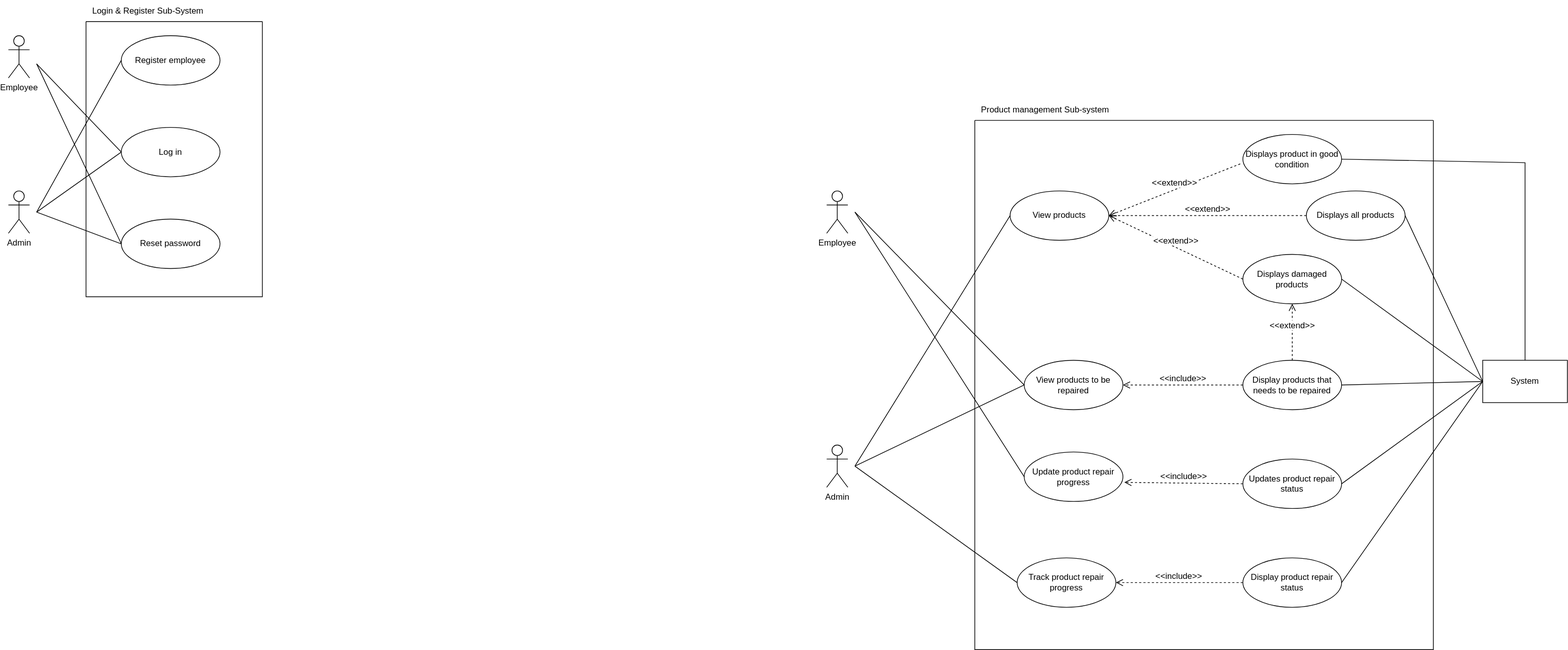
Simamkele88/IFM3_GP keeps this draw.io diagram as Untitled Diagram.drawio.svg. Above is the earlier version. Source tidied: cells renumbered, new cells last; positions are measured from the earlier drawing's top-left corner, leaving out a move shared by most shapes.
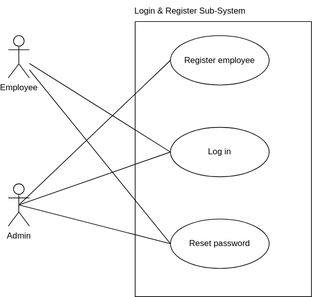
The same file after the commit.

What changed in the source:
```diff
@@ -3,13 +3,13 @@
     <mxCell id="0" />
     <mxCell id="1" parent="0" />
     <mxCell id="2" value="Employee" style="shape=umlActor;verticalLabelPosition=bottom;verticalAlign=top;html=1;outlineConnect=0;" parent="1" vertex="1">
-      <mxGeometry y="50" width="30" height="60" as="geometry" />
+      <mxGeometry x="240" y="50" width="30" height="60" as="geometry" />
     </mxCell>
     <mxCell id="3" value="Admin" style="shape=umlActor;verticalLabelPosition=bottom;verticalAlign=top;html=1;outlineConnect=0;" parent="1" vertex="1">
-      <mxGeometry y="270" width="30" height="60" as="geometry" />
+      <mxGeometry x="240" y="260" width="30" height="60" as="geometry" />
     </mxCell>
     <mxCell id="4" style="swimlane;startSize=0;" parent="1" vertex="1">
-      <mxGeometry x="110" y="30" width="250" height="390" as="geometry" />
+      <mxGeometry x="420" y="30" width="250" height="390" as="geometry" />
     </mxCell>
     <mxCell id="5" value="Log in" style="ellipse;whiteSpace=wrap;html=1;strokeColor=default;align=center;verticalAlign=middle;fontFamily=Helvetica;fontSize=12;fontColor=default;fillColor=default;" parent="4" vertex="1">
       <mxGeometry x="50" y="150" width="140" height="70" as="geometry" />
@@ -20,169 +20,23 @@
     <mxCell id="7" value="Reset password" style="ellipse;whiteSpace=wrap;html=1;strokeColor=default;align=center;verticalAlign=middle;fontFamily=Helvetica;fontSize=12;fontColor=default;fillColor=default;" parent="4" vertex="1">
       <mxGeometry x="50" y="280" width="140" height="70" as="geometry" />
     </mxCell>
-    <mxCell id="8" style="endArrow=none;html=1;rounded=0;entryX=0;entryY=0.5;entryDx=0;entryDy=0;" parent="1" edge="1" target="5">
-      <mxGeometry relative="1" as="geometry">
-        <mxPoint x="40" y="300" as="sourcePoint" />
-      </mxGeometry>
+    <mxCell id="8" style="endArrow=none;html=1;rounded=0;entryX=0;entryY=0.5;entryDx=0;entryDy=0;exitX=0.5;exitY=0.5;exitDx=0;exitDy=0;exitPerimeter=0;" parent="1" edge="1" source="3" target="5">
+      <mxGeometry relative="1" as="geometry" />
     </mxCell>
-    <mxCell id="9" style="endArrow=none;html=1;rounded=0;entryX=0;entryY=0.5;entryDx=0;entryDy=0;" parent="1" edge="1" target="5">
-      <mxGeometry relative="1" as="geometry">
-        <mxPoint x="40" y="90" as="sourcePoint" />
-      </mxGeometry>
+    <mxCell id="9" style="endArrow=none;html=1;rounded=0;entryX=0;entryY=0.5;entryDx=0;entryDy=0;" parent="1" edge="1" source="2" target="5">
+      <mxGeometry relative="1" as="geometry" />
     </mxCell>
     <mxCell id="10" value="Login &amp;amp; Register Sub-System" style="text;html=1;align=center;verticalAlign=middle;whiteSpace=wrap;rounded=0;" parent="1" vertex="1">
-      <mxGeometry x="110" width="176" height="30" as="geometry" />
+      <mxGeometry x="410" width="176" height="30" as="geometry" />
     </mxCell>
-    <mxCell id="11" style="swimlane;startSize=0;strokeColor=default;align=center;verticalAlign=middle;fontFamily=Helvetica;fontSize=12;fontColor=default;fillColor=default;" parent="1" vertex="1">
-      <mxGeometry x="1370" y="170" width="650" height="750" as="geometry" />
-    </mxCell>
-    <mxCell id="12" value="Displays damaged products" style="ellipse;whiteSpace=wrap;html=1;strokeColor=default;align=center;verticalAlign=middle;fontFamily=Helvetica;fontSize=12;fontColor=default;fillColor=default;" parent="11" vertex="1">
-      <mxGeometry x="380" y="190" width="140" height="70" as="geometry" />
-    </mxCell>
-    <mxCell id="13" value="View products" style="ellipse;whiteSpace=wrap;html=1;strokeColor=default;align=center;verticalAlign=middle;fontFamily=Helvetica;fontSize=12;fontColor=default;fillColor=default;" parent="11" vertex="1">
-      <mxGeometry x="50" y="100" width="140" height="70" as="geometry" />
-    </mxCell>
-    <mxCell id="14" value="Update product repair progress" style="ellipse;whiteSpace=wrap;html=1;strokeColor=default;align=center;verticalAlign=middle;fontFamily=Helvetica;fontSize=12;fontColor=default;fillColor=default;" parent="11" vertex="1">
-      <mxGeometry x="70" y="470" width="140" height="70" as="geometry" />
-    </mxCell>
-    <mxCell id="15" value="View products to be repaired" style="ellipse;whiteSpace=wrap;html=1;strokeColor=default;align=center;verticalAlign=middle;fontFamily=Helvetica;fontSize=12;fontColor=default;fillColor=default;" parent="11" vertex="1">
-      <mxGeometry x="70" y="340" width="140" height="70" as="geometry" />
-    </mxCell>
-    <mxCell id="16" value="Displays product in good condition" style="ellipse;whiteSpace=wrap;html=1;strokeColor=default;align=center;verticalAlign=middle;fontFamily=Helvetica;fontSize=12;fontColor=default;fillColor=default;" parent="11" vertex="1">
-      <mxGeometry x="380" y="20" width="140" height="70" as="geometry" />
-    </mxCell>
-    <mxCell id="17" value="&amp;lt;&amp;lt;extend&amp;gt;&amp;gt;" style="html=1;verticalAlign=bottom;endArrow=open;dashed=1;endSize=8;curved=0;rounded=0;fontFamily=Helvetica;fontSize=12;fontColor=default;entryX=1;entryY=0.5;entryDx=0;entryDy=0;exitX=-0.027;exitY=0.596;exitDx=0;exitDy=0;exitPerimeter=0;" parent="11" edge="1" source="16" target="13">
-      <mxGeometry relative="1" as="geometry" />
-    </mxCell>
-    <mxCell id="18" style="edgeLabel;html=1;align=center;verticalAlign=middle;strokeColor=default;fontFamily=Helvetica;fontSize=12;fontColor=default;fillColor=default;" parent="17" vertex="1">
-      <mxGeometry x="-0.22" y="3" relative="1" as="geometry" />
-    </mxCell>
-    <mxCell id="19" value="&amp;lt;&amp;lt;extend&amp;gt;&amp;gt;" style="html=1;verticalAlign=bottom;endArrow=open;dashed=1;endSize=8;curved=0;rounded=0;fontFamily=Helvetica;fontSize=12;fontColor=default;entryX=1;entryY=0.5;entryDx=0;entryDy=0;exitX=0;exitY=0.5;exitDx=0;exitDy=0;" parent="11" edge="1" source="12" target="13">
-      <mxGeometry relative="1" as="geometry" />
-    </mxCell>
-    <mxCell id="20" style="edgeLabel;html=1;align=center;verticalAlign=middle;strokeColor=default;fontFamily=Helvetica;fontSize=12;fontColor=default;fillColor=default;" parent="19" vertex="1">
-      <mxGeometry x="-0.22" y="3" relative="1" as="geometry" />
-    </mxCell>
-    <mxCell id="21" value="Displays all products" style="ellipse;whiteSpace=wrap;html=1;strokeColor=default;align=center;verticalAlign=middle;fontFamily=Helvetica;fontSize=12;fontColor=default;fillColor=default;" parent="11" vertex="1">
-      <mxGeometry x="470" y="100" width="140" height="70" as="geometry" />
-    </mxCell>
-    <mxCell id="22" value="&amp;lt;&amp;lt;extend&amp;gt;&amp;gt;" style="html=1;verticalAlign=bottom;endArrow=open;dashed=1;endSize=8;curved=0;rounded=0;fontFamily=Helvetica;fontSize=12;fontColor=default;entryX=1;entryY=0.5;entryDx=0;entryDy=0;exitX=0;exitY=0.5;exitDx=0;exitDy=0;" parent="11" edge="1" source="21" target="13">
-      <mxGeometry relative="1" as="geometry" />
-    </mxCell>
-    <mxCell id="23" style="edgeLabel;html=1;align=center;verticalAlign=middle;strokeColor=default;fontFamily=Helvetica;fontSize=12;fontColor=default;fillColor=default;" parent="22" vertex="1">
-      <mxGeometry x="-0.22" y="3" relative="1" as="geometry" />
-    </mxCell>
-    <mxCell id="24" value="Track product repair progress" style="ellipse;whiteSpace=wrap;html=1;strokeColor=default;align=center;verticalAlign=middle;fontFamily=Helvetica;fontSize=12;fontColor=default;fillColor=default;" parent="11" vertex="1">
-      <mxGeometry x="60" y="620" width="140" height="70" as="geometry" />
-    </mxCell>
-    <mxCell id="25" value="Display products that needs to be repaired" style="ellipse;whiteSpace=wrap;html=1;strokeColor=default;align=center;verticalAlign=middle;fontFamily=Helvetica;fontSize=12;fontColor=default;fillColor=default;" parent="11" vertex="1">
-      <mxGeometry x="380" y="340" width="140" height="70" as="geometry" />
-    </mxCell>
-    <mxCell id="26" value="Updates product repair status" style="ellipse;whiteSpace=wrap;html=1;strokeColor=default;align=center;verticalAlign=middle;fontFamily=Helvetica;fontSize=12;fontColor=default;fillColor=default;" parent="11" vertex="1">
-      <mxGeometry x="380" y="480" width="140" height="70" as="geometry" />
-    </mxCell>
-    <mxCell id="27" value="Display product repair status" style="ellipse;whiteSpace=wrap;html=1;strokeColor=default;align=center;verticalAlign=middle;fontFamily=Helvetica;fontSize=12;fontColor=default;fillColor=default;" parent="11" vertex="1">
-      <mxGeometry x="380" y="620" width="140" height="70" as="geometry" />
-    </mxCell>
-    <mxCell id="28" value="&amp;lt;&amp;lt;include&amp;gt;&amp;gt;" style="html=1;verticalAlign=bottom;endArrow=open;dashed=1;endSize=8;curved=0;rounded=0;fontFamily=Helvetica;fontSize=12;fontColor=default;entryX=1;entryY=0.5;entryDx=0;entryDy=0;exitX=0;exitY=0.5;exitDx=0;exitDy=0;" parent="11" edge="1" source="25" target="15">
-      <mxGeometry relative="1" as="geometry" />
-    </mxCell>
-    <mxCell id="29" style="edgeLabel;html=1;align=center;verticalAlign=middle;strokeColor=default;fontFamily=Helvetica;fontSize=12;fontColor=default;fillColor=default;" parent="28" vertex="1">
-      <mxGeometry x="-0.22" y="3" relative="1" as="geometry" />
-    </mxCell>
-    <mxCell id="30" value="&amp;lt;&amp;lt;include&amp;gt;&amp;gt;" style="html=1;verticalAlign=bottom;endArrow=open;dashed=1;endSize=8;curved=0;rounded=0;fontFamily=Helvetica;fontSize=12;fontColor=default;exitX=0;exitY=0.5;exitDx=0;exitDy=0;" parent="11" edge="1" source="26">
-      <mxGeometry relative="1" as="geometry">
-        <mxPoint x="212" y="513" as="targetPoint" />
-      </mxGeometry>
-    </mxCell>
-    <mxCell id="31" style="edgeLabel;html=1;align=center;verticalAlign=middle;strokeColor=default;fontFamily=Helvetica;fontSize=12;fontColor=default;fillColor=default;" parent="30" vertex="1">
-      <mxGeometry x="-0.22" y="3" relative="1" as="geometry" />
-    </mxCell>
-    <mxCell id="32" value="&amp;lt;&amp;lt;include&amp;gt;&amp;gt;" style="html=1;verticalAlign=bottom;endArrow=open;dashed=1;endSize=8;curved=0;rounded=0;fontFamily=Helvetica;fontSize=12;fontColor=default;entryX=1;entryY=0.5;entryDx=0;entryDy=0;exitX=0;exitY=0.5;exitDx=0;exitDy=0;" parent="11" edge="1" source="27" target="24">
-      <mxGeometry relative="1" as="geometry" />
-    </mxCell>
-    <mxCell id="33" style="edgeLabel;html=1;align=center;verticalAlign=middle;strokeColor=default;fontFamily=Helvetica;fontSize=12;fontColor=default;fillColor=default;" parent="32" vertex="1">
-      <mxGeometry x="-0.22" y="3" relative="1" as="geometry" />
-    </mxCell>
-    <mxCell id="34" value="&amp;lt;&amp;lt;extend&amp;gt;&amp;gt;" style="html=1;verticalAlign=bottom;endArrow=open;dashed=1;endSize=8;curved=0;rounded=0;fontFamily=Helvetica;fontSize=12;fontColor=default;entryX=0.5;entryY=1;entryDx=0;entryDy=0;exitX=0.5;exitY=0;exitDx=0;exitDy=0;" parent="11" edge="1" source="25" target="12">
-      <mxGeometry relative="1" as="geometry" />
-    </mxCell>
-    <mxCell id="35" style="edgeLabel;html=1;align=center;verticalAlign=middle;strokeColor=default;fontFamily=Helvetica;fontSize=12;fontColor=default;fillColor=default;" parent="34" vertex="1">
-      <mxGeometry x="-0.22" y="3" relative="1" as="geometry" />
-    </mxCell>
-    <mxCell id="36" value="Product management Sub-system" style="text;html=1;align=center;verticalAlign=middle;whiteSpace=wrap;rounded=0;fontFamily=Helvetica;fontSize=12;fontColor=default;" parent="1" vertex="1">
-      <mxGeometry x="1360" y="140" width="220" height="30" as="geometry" />
-    </mxCell>
-    <mxCell id="37" value="Employee" style="shape=umlActor;verticalLabelPosition=bottom;verticalAlign=top;html=1;strokeColor=default;align=center;fontFamily=Helvetica;fontSize=12;fontColor=default;fillColor=default;" parent="1" vertex="1">
-      <mxGeometry x="1160" y="270" width="30" height="60" as="geometry" />
-    </mxCell>
-    <mxCell id="38" value="Admin" style="shape=umlActor;verticalLabelPosition=bottom;verticalAlign=top;html=1;strokeColor=default;align=center;fontFamily=Helvetica;fontSize=12;fontColor=default;fillColor=default;" parent="1" vertex="1">
-      <mxGeometry x="1160" y="630" width="30" height="60" as="geometry" />
-    </mxCell>
-    <mxCell id="39" value="System" style="rounded=0;whiteSpace=wrap;html=1;strokeColor=default;align=center;verticalAlign=middle;fontFamily=Helvetica;fontSize=12;fontColor=default;fillColor=default;" parent="1" vertex="1">
-      <mxGeometry x="2090" y="510" width="120" height="60" as="geometry" />
-    </mxCell>
-    <mxCell id="40" style="endArrow=none;html=1;rounded=0;fontFamily=Helvetica;fontSize=12;fontColor=default;entryX=0;entryY=0.5;entryDx=0;entryDy=0;" parent="1" edge="1" target="15">
-      <mxGeometry relative="1" as="geometry">
-        <mxPoint x="1200" y="300" as="sourcePoint" />
-      </mxGeometry>
-    </mxCell>
-    <mxCell id="41" style="endArrow=none;html=1;rounded=0;fontFamily=Helvetica;fontSize=12;fontColor=default;entryX=0;entryY=0.5;entryDx=0;entryDy=0;" parent="1" edge="1" target="14">
-      <mxGeometry relative="1" as="geometry">
-        <mxPoint x="1200" y="300" as="sourcePoint" />
-      </mxGeometry>
-    </mxCell>
-    <mxCell id="42" style="endArrow=none;html=1;rounded=0;fontFamily=Helvetica;fontSize=12;fontColor=default;entryX=0;entryY=0.5;entryDx=0;entryDy=0;" parent="1" edge="1" target="13">
-      <mxGeometry relative="1" as="geometry">
-        <mxPoint x="1200" y="660" as="sourcePoint" />
-      </mxGeometry>
-    </mxCell>
-    <mxCell id="43" style="endArrow=none;html=1;rounded=0;fontFamily=Helvetica;fontSize=12;fontColor=default;entryX=0;entryY=0.5;entryDx=0;entryDy=0;" parent="1" edge="1" target="15">
-      <mxGeometry relative="1" as="geometry">
-        <mxPoint x="1200" y="660" as="sourcePoint" />
-      </mxGeometry>
-    </mxCell>
-    <mxCell id="44" style="endArrow=none;html=1;rounded=0;fontFamily=Helvetica;fontSize=12;fontColor=default;entryX=0;entryY=0.5;entryDx=0;entryDy=0;" parent="1" edge="1" target="24">
-      <mxGeometry relative="1" as="geometry">
-        <mxPoint x="1200" y="660" as="sourcePoint" />
-      </mxGeometry>
-    </mxCell>
-    <mxCell id="45" style="endArrow=none;html=1;rounded=0;fontFamily=Helvetica;fontSize=12;fontColor=default;entryX=0;entryY=0.5;entryDx=0;entryDy=0;exitX=1;exitY=0.5;exitDx=0;exitDy=0;" parent="1" edge="1" source="25" target="39">
-      <mxGeometry relative="1" as="geometry" />
-    </mxCell>
-    <mxCell id="46" style="endArrow=none;html=1;rounded=0;fontFamily=Helvetica;fontSize=12;fontColor=default;exitX=1;exitY=0.5;exitDx=0;exitDy=0;entryX=0;entryY=0.5;entryDx=0;entryDy=0;" parent="1" edge="1" source="26" target="39">
-      <mxGeometry relative="1" as="geometry" />
-    </mxCell>
-    <mxCell id="47" style="endArrow=none;html=1;rounded=0;fontFamily=Helvetica;fontSize=12;fontColor=default;exitX=1;exitY=0.5;exitDx=0;exitDy=0;entryX=0;entryY=0.5;entryDx=0;entryDy=0;" parent="1" edge="1" source="27" target="39">
-      <mxGeometry relative="1" as="geometry" />
-    </mxCell>
-    <mxCell id="48" style="endArrow=none;html=1;rounded=0;fontFamily=Helvetica;fontSize=12;fontColor=default;entryX=0;entryY=0.5;entryDx=0;entryDy=0;exitX=1;exitY=0.5;exitDx=0;exitDy=0;" parent="1" edge="1" source="12" target="39">
-      <mxGeometry relative="1" as="geometry" />
-    </mxCell>
-    <mxCell id="49" style="endArrow=none;html=1;rounded=0;fontFamily=Helvetica;fontSize=12;fontColor=default;entryX=0;entryY=0.5;entryDx=0;entryDy=0;exitX=1;exitY=0.5;exitDx=0;exitDy=0;" parent="1" edge="1" source="21" target="39">
-      <mxGeometry relative="1" as="geometry" />
-    </mxCell>
-    <mxCell id="50" style="endArrow=none;html=1;rounded=0;fontFamily=Helvetica;fontSize=12;fontColor=default;entryX=0.5;entryY=0;entryDx=0;entryDy=0;exitX=1;exitY=0.5;exitDx=0;exitDy=0;" parent="1" edge="1" source="16" target="39">
-      <mxGeometry relative="1" as="geometry">
-        <Array as="points">
-          <mxPoint x="2150" y="230" />
-        </Array>
-      </mxGeometry>
-    </mxCell>
-    <mxCell id="51" style="endArrow=none;html=1;rounded=0;entryX=0;entryY=0.5;entryDx=0;entryDy=0;" parent="1" edge="1" target="7">
-      <mxGeometry relative="1" as="geometry">
-        <mxPoint x="40" y="300" as="sourcePoint" />
-      </mxGeometry>
+    <mxCell id="51" style="endArrow=none;html=1;rounded=0;entryX=0;entryY=0.5;entryDx=0;entryDy=0;exitX=0.5;exitY=0.5;exitDx=0;exitDy=0;exitPerimeter=0;" parent="1" edge="1" source="3" target="7">
+      <mxGeometry relative="1" as="geometry" />
     </mxCell>
-    <mxCell id="52" style="endArrow=none;html=1;rounded=0;entryX=0;entryY=0.5;entryDx=0;entryDy=0;" parent="1" edge="1" target="7">
-      <mxGeometry relative="1" as="geometry">
-        <mxPoint x="40" y="90" as="sourcePoint" />
-      </mxGeometry>
+    <mxCell id="52" style="endArrow=none;html=1;rounded=0;entryX=0;entryY=0.5;entryDx=0;entryDy=0;" parent="1" edge="1" source="2" target="7">
+      <mxGeometry relative="1" as="geometry" />
     </mxCell>
-    <mxCell id="53" style="endArrow=none;html=1;rounded=0;entryX=0;entryY=0.5;entryDx=0;entryDy=0;" parent="1" edge="1" target="6">
-      <mxGeometry relative="1" as="geometry">
-        <mxPoint x="40" y="300" as="sourcePoint" />
-      </mxGeometry>
+    <mxCell id="53" style="endArrow=none;html=1;rounded=0;entryX=0;entryY=0.5;entryDx=0;entryDy=0;exitX=0.5;exitY=0.5;exitDx=0;exitDy=0;exitPerimeter=0;" parent="1" edge="1" source="3" target="6">
+      <mxGeometry relative="1" as="geometry" />
     </mxCell>
   </root>
 </mxGraphModel>
```
